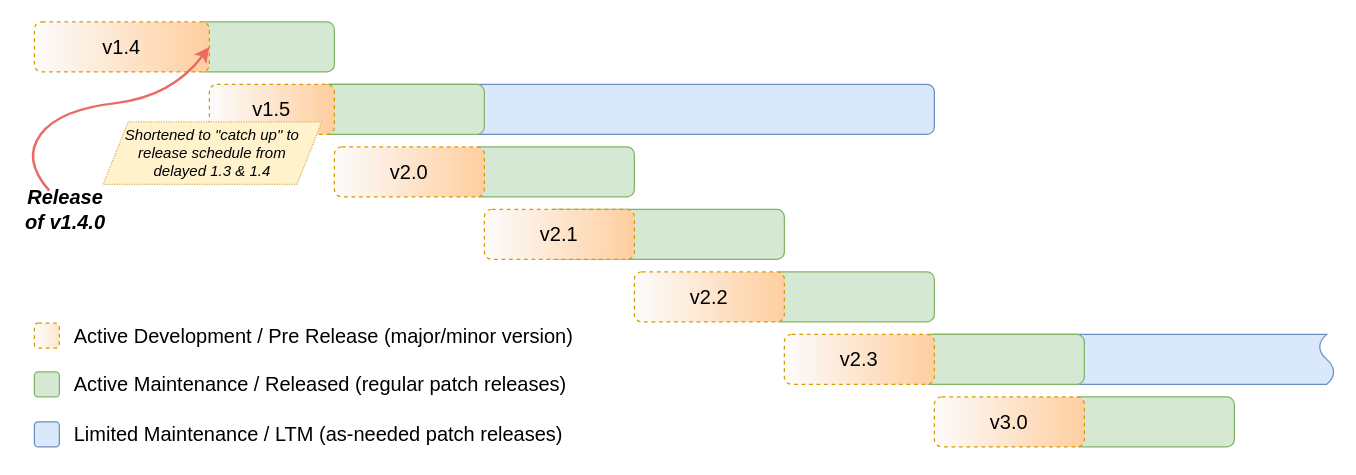
Earlier version of the draw.io diagram nautobot/docs/media/development/index_release_cadence.drawio (nautobot/nautobot). Source tidied: cells renumbered, new cells numbered last; positions are measured from the earlier drawing's top-left corner, leaving out a move shared by most shapes. Both pictures are drawn from the tidied source at 125%, with x=0, y=0 at pixel (21, 21).
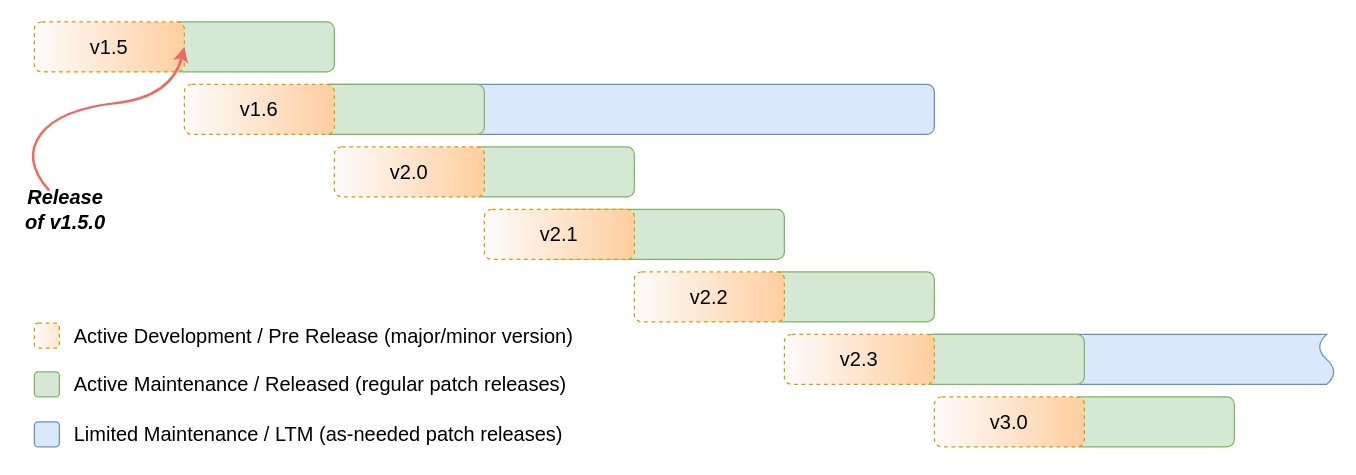
Above is the later version.

Commit message (it also covers changes not shown here):
Fixed docs incorrectly referencing Nautobot 1.5 as the LTM release for 1.x.

Diff of the diagram source:
```diff
@@
-    <mxCell id="5" value="v1.5" style="rounded=1;whiteSpace=wrap;html=1;fillColor=#FFCE9F;strokeColor=#d79b00;dashed=1;gradientColor=#FCFCFC;gradientDirection=west;fontSize=16;" parent="1" vertex="1">
-      <mxGeometry x="150" y="50" width="100" height="40" as="geometry" />
+    <mxCell id="5" value="v1.6" style="rounded=1;whiteSpace=wrap;html=1;fillColor=#FFCE9F;strokeColor=#d79b00;dashed=1;gradientColor=#FCFCFC;gradientDirection=west;fontSize=16;" parent="1" vertex="1">
+      <mxGeometry x="130" y="50" width="120" height="40" as="geometry" />
     </mxCell>
     <mxCell id="6" style="rounded=1;whiteSpace=wrap;html=1;fillColor=#d5e8d4;strokeColor=#82b366;align=right;" parent="1" vertex="1">
-      <mxGeometry x="140" width="110" height="40" as="geometry" />
+      <mxGeometry x="120" width="130" height="40" as="geometry" />
     </mxCell>
-    <mxCell id="7" value="v1.4" style="rounded=1;whiteSpace=wrap;html=1;fillColor=#FFCE9F;strokeColor=#d79b00;gradientColor=#FCFCFC;gradientDirection=west;dashed=1;fontSize=16;" parent="1" vertex="1">
-      <mxGeometry x="10" width="140" height="40" as="geometry" />
+    <mxCell id="7" value="v1.5" style="rounded=1;whiteSpace=wrap;html=1;fillColor=#FFCE9F;strokeColor=#d79b00;gradientColor=#FCFCFC;gradientDirection=west;dashed=1;fontSize=16;" parent="1" vertex="1">
+      <mxGeometry x="10" width="120" height="40" as="geometry" />
     </mxCell>
@@
-    <mxCell id="25" value="Shortened to &quot;catch up&quot;&amp;nbsp;to&lt;br style=&quot;font-size: 12px;&quot;&gt;release schedule from&lt;br style=&quot;font-size: 12px;&quot;&gt;delayed 1.3 &amp;amp; 1.4" style="shape=parallelogram;perimeter=parallelogramPerimeter;whiteSpace=wrap;html=1;fixedSize=1;fontSize=12;fontStyle=2;fillColor=#fff2cc;strokeColor=#d6b656;dashed=1;dashPattern=1 1;" parent="1" vertex="1">
-      <mxGeometry x="65" y="80" width="175" height="50" as="geometry" />
-    </mxCell>
-    <mxCell id="26" value="Release of v1.4.0" style="text;html=1;strokeColor=none;fillColor=none;align=center;verticalAlign=middle;whiteSpace=wrap;rounded=0;dashed=1;fontSize=16;fontStyle=3;" parent="1" vertex="1">
+    <mxCell id="26" value="Release of v1.5.0" style="text;html=1;strokeColor=none;fillColor=none;align=center;verticalAlign=middle;whiteSpace=wrap;rounded=0;dashed=1;fontSize=16;fontStyle=3;" parent="1" vertex="1">
       <mxGeometry y="135" width="70" height="30" as="geometry" />
     </mxCell>
```
